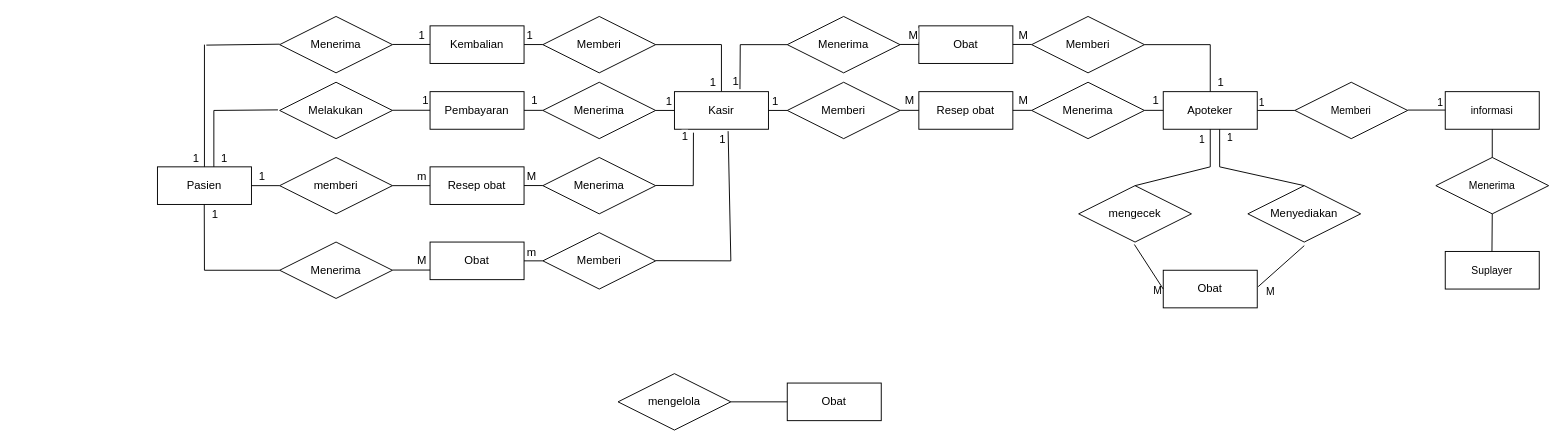
Earlier version of the draw.io diagram apotek.drawio (Hidayatmramon/entity-relationship-diagram). Source tidied: cells renumbered, new cells numbered last; positions are measured from the earlier drawing's top-left corner, leaving out a move shared by most shapes. Both pictures are drawn from the tidied source at 94%, with x=0, y=0 at pixel (157, 16).
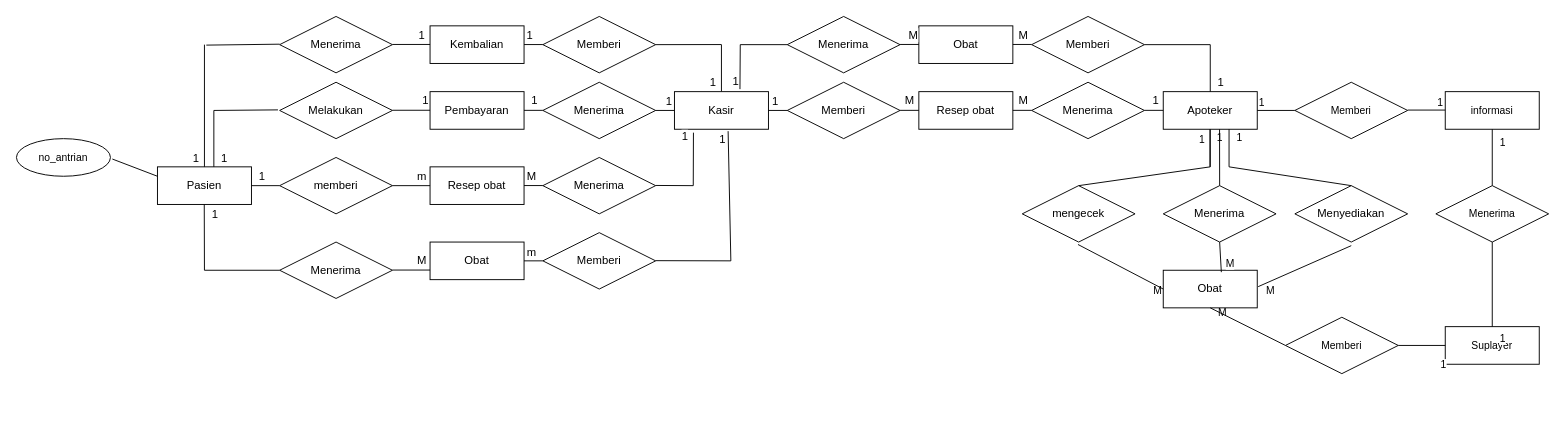
The same diagram, later.

Commit message:
Pemutakhiran apotek

Unchanged cells that the change refers to:
```xml
<mxCell id="10" value="Pasien" style="whiteSpace=wrap;html=1;align=center;" parent="1" vertex="1">
  <mxGeometry y="160" width="100" height="40" as="geometry" />
</mxCell>
<mxCell id="37" value="Obat" style="whiteSpace=wrap;html=1;align=center;" parent="1" vertex="1">
  <mxGeometry x="1070" y="270" width="100" height="40" as="geometry" />
</mxCell>
<mxCell id="141" style="endArrow=none;html=1;rounded=0;entryX=0.5;entryY=0;entryDx=0;entryDy=0;exitX=0.5;exitY=1;exitDx=0;exitDy=0;" parent="1" edge="1" source="132" target="134">
  <mxGeometry relative="1" as="geometry" />
</mxCell>
```

What changed in the source:
```diff
@@
-    <mxCell id="6" value="mengelola" style="shape=rhombus;perimeter=rhombusPerimeter;whiteSpace=wrap;html=1;align=center;" parent="1" vertex="1">
-      <mxGeometry x="490" y="380" width="120" height="60" as="geometry" />
-    </mxCell>
-    <mxCell id="7" value="Obat" style="whiteSpace=wrap;html=1;align=center;" parent="1" vertex="1">
-      <mxGeometry x="670" y="390" width="100" height="40" as="geometry" />
-    </mxCell>
-    <mxCell id="8" style="endArrow=none;html=1;rounded=0;exitX=1;exitY=0.5;exitDx=0;exitDy=0;entryX=0;entryY=0.5;entryDx=0;entryDy=0;" parent="1" edge="1" source="6" target="7">
-      <mxGeometry relative="1" as="geometry" />
-    </mxCell>
-    <mxCell id="9" style="html=1;whiteSpace=wrap;align=right;verticalAlign=bottom;" parent="8" vertex="1">
-      <mxGeometry x="1" relative="1" as="geometry" />
-    </mxCell>
@@
     <mxCell id="36" value="mengecek" style="shape=rhombus;perimeter=rhombusPerimeter;whiteSpace=wrap;html=1;align=center;" parent="1" vertex="1">
-      <mxGeometry x="980" y="180" width="120" height="60" as="geometry" />
+      <mxGeometry x="920" y="180" width="120" height="60" as="geometry" />
     </mxCell>
@@
     <mxCell id="101" value="Menyediakan" style="shape=rhombus;perimeter=rhombusPerimeter;whiteSpace=wrap;html=1;align=center;" parent="1" vertex="1">
-      <mxGeometry x="1160" y="180" width="120" height="60" as="geometry" />
+      <mxGeometry x="1210" y="180" width="120" height="60" as="geometry" />
     </mxCell>
@@
     <mxCell id="120" style="endArrow=none;html=1;rounded=0;exitX=0.5;exitY=1;exitDx=0;exitDy=0;" parent="1" edge="1">
       <mxGeometry relative="1" as="geometry">
-        <mxPoint x="1130" y="120" as="sourcePoint" />
-        <mxPoint x="1130" y="160" as="targetPoint" />
+        <mxPoint x="1140" y="120" as="sourcePoint" />
+        <mxPoint x="1140" y="160" as="targetPoint" />
       </mxGeometry>
     </mxCell>
@@
     <mxCell id="125" style="endArrow=none;html=1;rounded=0;entryX=0.5;entryY=0;entryDx=0;entryDy=0;" parent="1" edge="1" target="101">
       <mxGeometry relative="1" as="geometry">
-        <mxPoint x="1130" y="160" as="sourcePoint" />
+        <mxPoint x="1140" y="160" as="sourcePoint" />
       </mxGeometry>
     </mxCell>
@@
     <mxCell id="133" value="Suplayer" style="whiteSpace=wrap;html=1;align=center;strokeColor=default;fontFamily=Helvetica;fontSize=11;fontColor=default;fillColor=default;" parent="1" vertex="1">
-      <mxGeometry x="1370" y="250" width="100" height="40" as="geometry" />
+      <mxGeometry x="1370" y="330" width="100" height="40" as="geometry" />
     </mxCell>
     <mxCell id="134" value="Menerima" style="shape=rhombus;perimeter=rhombusPerimeter;whiteSpace=wrap;html=1;align=center;strokeColor=default;fontFamily=Helvetica;fontSize=11;fontColor=default;fillColor=default;" parent="1" vertex="1">
-      <mxGeometry x="1360" y="150" width="120" height="60" as="geometry" />
+      <mxGeometry x="1360" y="180" width="120" height="60" as="geometry" />
     </mxCell>
@@
+    <mxCell id="145" value="1" style="edgeLabel;html=1;align=center;verticalAlign=middle;fontSize=11;fontFamily=Helvetica;fontColor=default;" parent="141" vertex="1">
+      <mxGeometry x="-0.76" y="1" relative="1" as="geometry">
+        <mxPoint x="9" y="6" as="offset" />
+      </mxGeometry>
+    </mxCell>
-    <mxCell id="143" style="endArrow=none;html=1;rounded=0;entryX=0.5;entryY=0;entryDx=0;entryDy=0;exitX=0.5;exitY=1;exitDx=0;exitDy=0;" parent="1" edge="1" source="134">
-      <mxGeometry relative="1" as="geometry">
-        <mxPoint x="1419.7" y="250" as="targetPoint" />
-      </mxGeometry>
+    <mxCell id="143" style="endArrow=none;html=1;rounded=0;entryX=0.5;entryY=0;entryDx=0;entryDy=0;exitX=0.5;exitY=1;exitDx=0;exitDy=0;" parent="1" edge="1" source="134" target="133">
+      <mxGeometry relative="1" as="geometry" />
     </mxCell>
@@
+    <mxCell id="146" value="1" style="edgeLabel;html=1;align=center;verticalAlign=middle;fontSize=11;fontFamily=Helvetica;fontColor=default;" parent="143" vertex="1">
+      <mxGeometry x="-0.49" relative="1" as="geometry">
+        <mxPoint x="10" y="79" as="offset" />
+      </mxGeometry>
+    </mxCell>
+    <mxCell id="147" style="endArrow=none;html=1;rounded=0;entryX=1;entryY=0.5;entryDx=0;entryDy=0;exitX=0;exitY=0.5;exitDx=0;exitDy=0;" parent="1" edge="1" source="133" target="150">
+      <mxGeometry relative="1" as="geometry" />
+    </mxCell>
+    <mxCell id="148" style="html=1;whiteSpace=wrap;align=right;verticalAlign=bottom;" parent="147" vertex="1">
+      <mxGeometry x="1" relative="1" as="geometry" />
+    </mxCell>
+    <mxCell id="149" value="1" style="edgeLabel;html=1;align=center;verticalAlign=middle;fontSize=11;fontFamily=Helvetica;fontColor=default;" parent="147" vertex="1">
+      <mxGeometry x="-0.49" relative="1" as="geometry">
+        <mxPoint x="10" y="20" as="offset" />
+      </mxGeometry>
+    </mxCell>
+    <mxCell id="150" value="Memberi" style="shape=rhombus;perimeter=rhombusPerimeter;whiteSpace=wrap;html=1;align=center;strokeColor=default;fontFamily=Helvetica;fontSize=11;fontColor=default;fillColor=default;" parent="1" vertex="1">
+      <mxGeometry x="1200" y="320" width="120" height="60" as="geometry" />
+    </mxCell>
+    <mxCell id="151" style="endArrow=none;html=1;rounded=0;labelBackgroundColor=default;strokeColor=default;fontFamily=Helvetica;fontSize=11;fontColor=default;shape=connector;exitX=0;exitY=0.5;exitDx=0;exitDy=0;entryX=0.5;entryY=1;entryDx=0;entryDy=0;" parent="1" edge="1" source="150" target="37">
+      <mxGeometry relative="1" as="geometry" />
+    </mxCell>
+    <mxCell id="152" value="M" style="html=1;whiteSpace=wrap;align=right;verticalAlign=bottom;strokeColor=default;fontFamily=Helvetica;fontSize=11;fontColor=default;fillColor=default;" parent="151" vertex="1">
+      <mxGeometry x="1" relative="1" as="geometry">
+        <mxPoint x="19" y="13" as="offset" />
+      </mxGeometry>
+    </mxCell>
+    <mxCell id="153" value="Menerima" style="shape=rhombus;perimeter=rhombusPerimeter;whiteSpace=wrap;html=1;align=center;" parent="1" vertex="1">
+      <mxGeometry x="1070" y="180" width="120" height="60" as="geometry" />
+    </mxCell>
+    <mxCell id="154" style="endArrow=none;html=1;rounded=0;exitX=0.5;exitY=1;exitDx=0;exitDy=0;" parent="1" edge="1">
+      <mxGeometry relative="1" as="geometry">
+        <mxPoint x="1119.7" y="120" as="sourcePoint" />
+        <mxPoint x="1119.7" y="160" as="targetPoint" />
+      </mxGeometry>
+    </mxCell>
+    <mxCell id="155" style="html=1;whiteSpace=wrap;align=right;verticalAlign=bottom;" parent="154" vertex="1">
+      <mxGeometry x="1" relative="1" as="geometry" />
+    </mxCell>
+    <mxCell id="156" value="1" style="edgeLabel;html=1;align=center;verticalAlign=middle;fontSize=11;fontFamily=Helvetica;fontColor=default;" parent="154" vertex="1">
+      <mxGeometry x="-0.62" y="1" relative="1" as="geometry">
+        <mxPoint x="9" as="offset" />
+      </mxGeometry>
+    </mxCell>
+    <mxCell id="157" style="endArrow=none;html=1;rounded=0;exitX=0.5;exitY=1;exitDx=0;exitDy=0;entryX=0.5;entryY=0;entryDx=0;entryDy=0;" parent="1" edge="1" target="153">
+      <mxGeometry relative="1" as="geometry">
+        <mxPoint x="1129.9" y="120" as="sourcePoint" />
+      </mxGeometry>
+    </mxCell>
+    <mxCell id="158" style="html=1;whiteSpace=wrap;align=right;verticalAlign=bottom;" parent="157" vertex="1">
+      <mxGeometry x="1" relative="1" as="geometry" />
+    </mxCell>
+    <mxCell id="159" style="endArrow=none;html=1;rounded=0;exitX=0.5;exitY=1;exitDx=0;exitDy=0;entryX=0.618;entryY=0.051;entryDx=0;entryDy=0;entryPerimeter=0;" parent="1" edge="1" source="153" target="37">
+      <mxGeometry relative="1" as="geometry" />
+    </mxCell>
+    <mxCell id="160" style="html=1;whiteSpace=wrap;align=right;verticalAlign=bottom;" parent="159" vertex="1">
+      <mxGeometry x="1" relative="1" as="geometry" />
+    </mxCell>
+    <mxCell id="161" value="M" style="edgeLabel;html=1;align=center;verticalAlign=middle;fontSize=11;fontFamily=Helvetica;fontColor=default;" parent="159" vertex="1">
+      <mxGeometry x="0.37" y="-1" relative="1" as="geometry">
+        <mxPoint x="10" as="offset" />
+      </mxGeometry>
+    </mxCell>
+    <mxCell id="162" value="no_antrian" style="ellipse;whiteSpace=wrap;html=1;align=center;strokeColor=default;fontFamily=Helvetica;fontSize=11;fontColor=default;fillColor=default;" parent="1" vertex="1">
+      <mxGeometry x="-150" y="130" width="100" height="40" as="geometry" />
+    </mxCell>
+    <mxCell id="163" style="endArrow=none;html=1;rounded=0;labelBackgroundColor=default;strokeColor=default;fontFamily=Helvetica;fontSize=11;fontColor=default;shape=connector;exitX=1.02;exitY=0.542;exitDx=0;exitDy=0;exitPerimeter=0;entryX=0;entryY=0.25;entryDx=0;entryDy=0;" parent="1" edge="1" source="162" target="10">
+      <mxGeometry relative="1" as="geometry" />
+    </mxCell>
```
